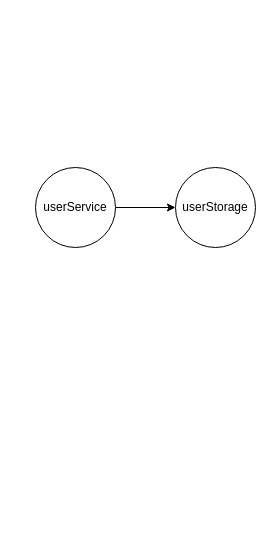
Above: scheme.drawio in IlyaYP/diploma (draw.io), before the change. Source tidied: cells renumbered, new cells numbered last; positions are measured from the earlier drawing's top-left corner, leaving out a move shared by most shapes. Both pictures are drawn from the tidied source at 100%, with x=0, y=0 at pixel (35, 167).
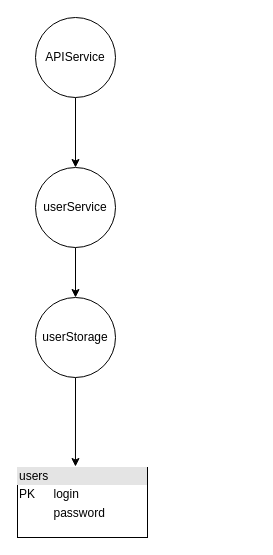
After the change.

Change to the diagram source:
```diff
@@
 <mxGraphModel>
   <root>
     <mxCell id="0" />
     <mxCell id="1" parent="0" />
     <mxCell id="2" style="edgeStyle=orthogonalEdgeStyle;rounded=0;jettySize=auto;html=1;" parent="1" edge="1" source="3" target="4">
       <mxGeometry relative="1" as="geometry" />
     </mxCell>
     <mxCell id="3" value="userService" style="ellipse;whiteSpace=wrap;html=1;" parent="1" vertex="1">
       <mxGeometry width="80" height="80" as="geometry" />
     </mxCell>
+    <mxCell id="5" style="edgeStyle=orthogonalEdgeStyle;rounded=0;jettySize=auto;html=1;exitX=0.5;exitY=1;exitDx=0;exitDy=0;entryX=0.446;entryY=-0.014;entryDx=0;entryDy=0;entryPerimeter=0;" parent="1" edge="1" source="4" target="8">
+      <mxGeometry relative="1" as="geometry" />
+    </mxCell>
     <mxCell id="4" value="userStorage" style="ellipse;whiteSpace=wrap;html=1;" parent="1" vertex="1">
-      <mxGeometry x="140" width="80" height="80" as="geometry" />
+      <mxGeometry y="130" width="80" height="80" as="geometry" />
     </mxCell>
+    <mxCell id="6" style="edgeStyle=orthogonalEdgeStyle;rounded=0;jettySize=auto;html=1;exitX=0.5;exitY=1;exitDx=0;exitDy=0;entryX=0.5;entryY=0;entryDx=0;entryDy=0;" parent="1" edge="1" source="7" target="3">
+      <mxGeometry relative="1" as="geometry" />
+    </mxCell>
+    <mxCell id="7" value="APIService" style="ellipse;whiteSpace=wrap;html=1;" parent="1" vertex="1">
+      <mxGeometry y="-150" width="80" height="80" as="geometry" />
+    </mxCell>
+    <mxCell id="8" value="&lt;div style=&quot;box-sizing: border-box ; width: 100% ; background: #e4e4e4 ; padding: 2px&quot;&gt;users&lt;/div&gt;&lt;table style=&quot;width: 100% ; font-size: 1em&quot; cellpadding=&quot;2&quot; cellspacing=&quot;0&quot;&gt;&lt;tbody&gt;&lt;tr&gt;&lt;td&gt;PK&lt;/td&gt;&lt;td&gt;login&lt;/td&gt;&lt;/tr&gt;&lt;tr&gt;&lt;td&gt;&lt;br&gt;&lt;/td&gt;&lt;td&gt;password&lt;/td&gt;&lt;/tr&gt;&lt;tr&gt;&lt;td&gt;&lt;/td&gt;&lt;td&gt;&lt;br&gt;&lt;/td&gt;&lt;/tr&gt;&lt;/tbody&gt;&lt;/table&gt;" style="verticalAlign=top;align=left;overflow=fill;html=1;" parent="1" vertex="1">
+      <mxGeometry x="-18" y="300" width="130" height="70" as="geometry" />
+    </mxCell>
   </root>
 </mxGraphModel>
```
